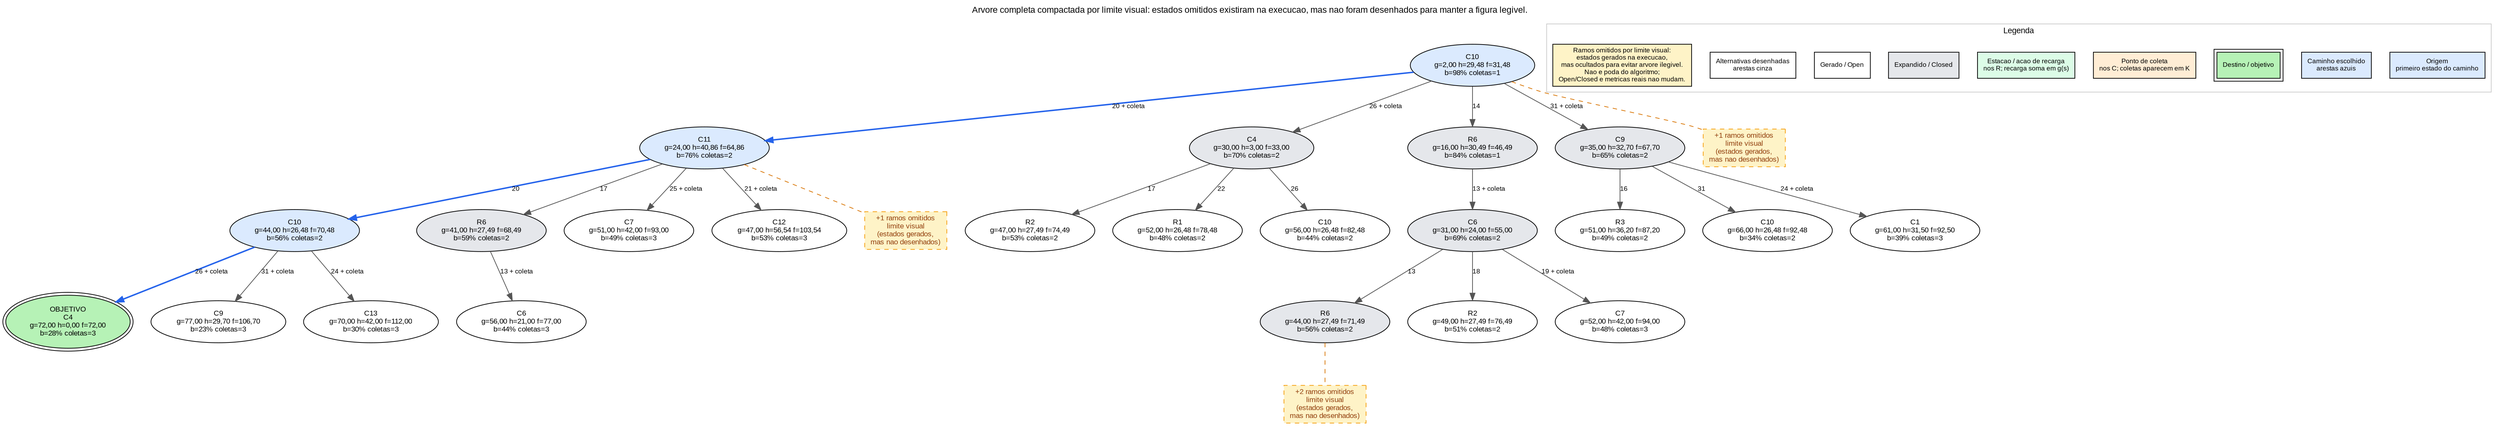
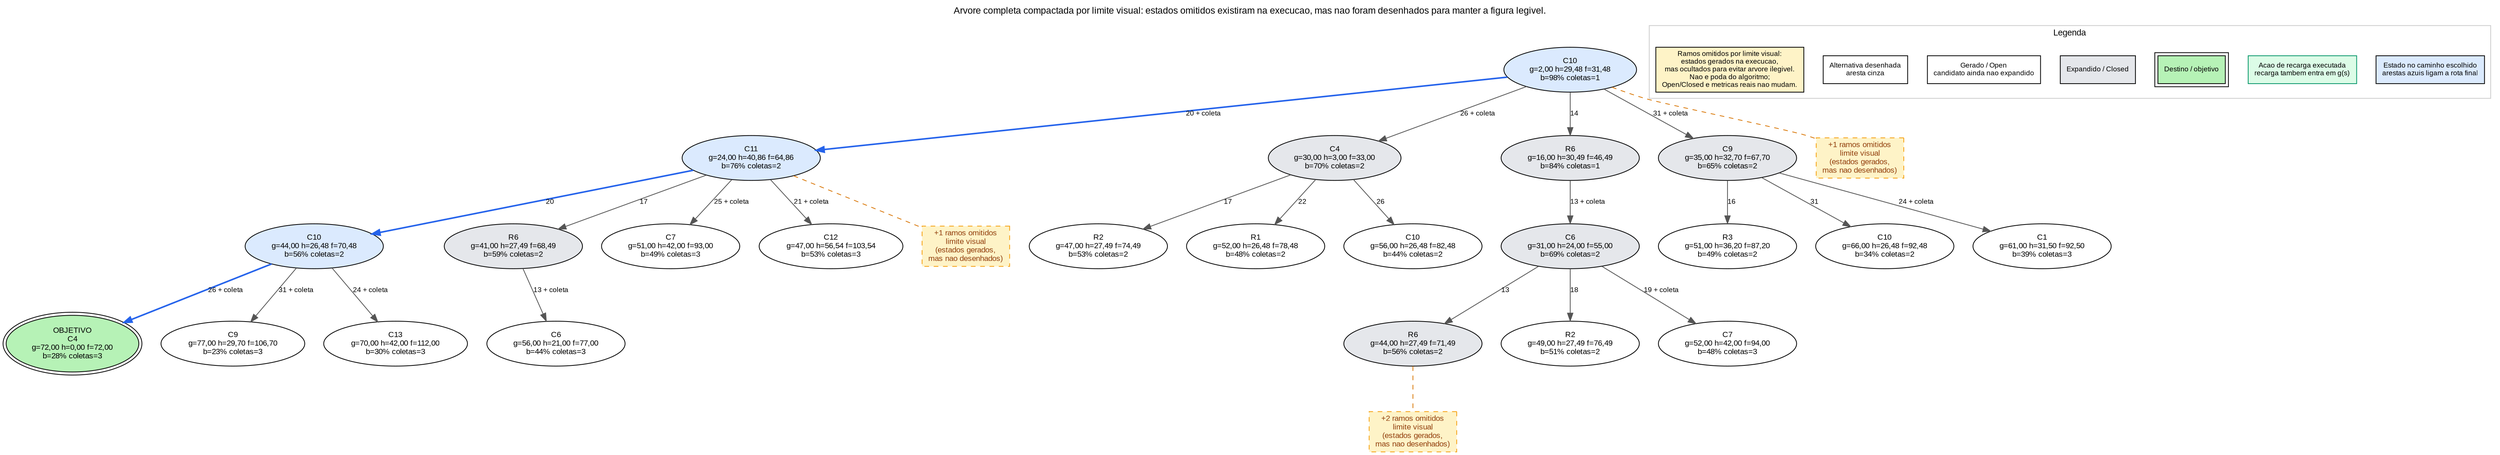
digraph ArvoreBuscaCompleta {
	nodesep=0.35 rankdir=TB ranksep=0.62 splines=true
	fontname=Arial fontsize=12 label="Arvore completa compactada por limite visual: estados omitidos existiram na execucao, mas nao foram desenhados para manter a figura legivel." labelloc=t
	node [color=black fontname=Arial fontsize=10 shape=ellipse style=filled]
	edge [color="#555555" fontname=Arial fontsize=9]
	N1 [label="C10
g=2,00 h=29,48 f=31,48
- b=98% coletas=1" fillcolor="#dbeafe"]
+ b=98% coletas=1" fillcolor="#dbeafe" style=filled]
	N2 [label="C11
g=24,00 h=40,86 f=64,86
- b=76% coletas=2" fillcolor="#dbeafe"]
+ b=76% coletas=2" fillcolor="#dbeafe" style=filled]
	N1 -> N2 [label="20 + coleta" color="#2563eb" penwidth=2]
	N3 [label="C10
g=44,00 h=26,48 f=70,48
- b=56% coletas=2" fillcolor="#dbeafe"]
+ b=56% coletas=2" fillcolor="#dbeafe" style=filled]
	N2 -> N3 [label=20 color="#2563eb" penwidth=2]
	N4 [label="OBJETIVO
C4
g=72,00 h=0,00 f=72,00
- b=28% coletas=3" fillcolor="#b6f2b6" peripheries=2]
+ b=28% coletas=3" fillcolor="#b6f2b6" peripheries=2 style=filled]
	N3 -> N4 [label="26 + coleta" color="#2563eb" penwidth=2]
	N5 [label="C9
g=77,00 h=29,70 f=106,70
- b=23% coletas=3" fillcolor=white]
+ b=23% coletas=3" fillcolor=white style=filled]
	N3 -> N5 [label="31 + coleta"]
	N6 [label="C13
g=70,00 h=42,00 f=112,00
- b=30% coletas=3" fillcolor=white]
+ b=30% coletas=3" fillcolor=white style=filled]
	N3 -> N6 [label="24 + coleta"]
	N7 [label="R6
g=41,00 h=27,49 f=68,49
- b=59% coletas=2" fillcolor="#e5e7eb"]
+ b=59% coletas=2" fillcolor="#e5e7eb" style=filled]
	N2 -> N7 [label=17]
	N8 [label="C6
g=56,00 h=21,00 f=77,00
- b=44% coletas=3" fillcolor=white]
+ b=44% coletas=3" fillcolor=white style=filled]
	N7 -> N8 [label="13 + coleta"]
	N9 [label="C7
g=51,00 h=42,00 f=93,00
- b=49% coletas=3" fillcolor=white]
+ b=49% coletas=3" fillcolor=white style=filled]
	N2 -> N9 [label="25 + coleta"]
	N10 [label="C12
g=47,00 h=56,54 f=103,54
- b=53% coletas=3" fillcolor=white]
+ b=53% coletas=3" fillcolor=white style=filled]
	N2 -> N10 [label="21 + coleta"]
	X1 [label="+1 ramos omitidos
limite visual
(estados gerados,
mas nao desenhados)" color="#f59e0b" fillcolor="#fef3c7" fontcolor="#92400e" shape=box style="filled,dashed"]
	N2 -> X1 [arrowhead=none color="#d97706" style=dashed]
	N11 [label="C4
g=30,00 h=3,00 f=33,00
- b=70% coletas=2" fillcolor="#e5e7eb"]
+ b=70% coletas=2" fillcolor="#e5e7eb" style=filled]
	N1 -> N11 [label="26 + coleta"]
	N12 [label="R2
g=47,00 h=27,49 f=74,49
- b=53% coletas=2" fillcolor=white]
+ b=53% coletas=2" fillcolor=white style=filled]
	N11 -> N12 [label=17]
	N13 [label="R1
g=52,00 h=26,48 f=78,48
- b=48% coletas=2" fillcolor=white]
+ b=48% coletas=2" fillcolor=white style=filled]
	N11 -> N13 [label=22]
	N14 [label="C10
g=56,00 h=26,48 f=82,48
- b=44% coletas=2" fillcolor=white]
+ b=44% coletas=2" fillcolor=white style=filled]
	N11 -> N14 [label=26]
	N15 [label="R6
g=16,00 h=30,49 f=46,49
- b=84% coletas=1" fillcolor="#e5e7eb"]
+ b=84% coletas=1" fillcolor="#e5e7eb" style=filled]
	N1 -> N15 [label=14]
	N16 [label="C6
g=31,00 h=24,00 f=55,00
- b=69% coletas=2" fillcolor="#e5e7eb"]
+ b=69% coletas=2" fillcolor="#e5e7eb" style=filled]
	N15 -> N16 [label="13 + coleta"]
	N17 [label="R6
g=44,00 h=27,49 f=71,49
- b=56% coletas=2" fillcolor="#e5e7eb"]
+ b=56% coletas=2" fillcolor="#e5e7eb" style=filled]
	N16 -> N17 [label=13]
	X2 [label="+2 ramos omitidos
limite visual
(estados gerados,
mas nao desenhados)" color="#f59e0b" fillcolor="#fef3c7" fontcolor="#92400e" shape=box style="filled,dashed"]
	N17 -> X2 [arrowhead=none color="#d97706" style=dashed]
	N18 [label="R2
g=49,00 h=27,49 f=76,49
- b=51% coletas=2" fillcolor=white]
+ b=51% coletas=2" fillcolor=white style=filled]
	N16 -> N18 [label=18]
	N19 [label="C7
g=52,00 h=42,00 f=94,00
- b=48% coletas=3" fillcolor=white]
+ b=48% coletas=3" fillcolor=white style=filled]
	N16 -> N19 [label="19 + coleta"]
	N20 [label="C9
g=35,00 h=32,70 f=67,70
- b=65% coletas=2" fillcolor="#e5e7eb"]
+ b=65% coletas=2" fillcolor="#e5e7eb" style=filled]
	N1 -> N20 [label="31 + coleta"]
	N21 [label="R3
g=51,00 h=36,20 f=87,20
- b=49% coletas=2" fillcolor=white]
+ b=49% coletas=2" fillcolor=white style=filled]
	N20 -> N21 [label=16]
	N22 [label="C10
g=66,00 h=26,48 f=92,48
- b=34% coletas=2" fillcolor=white]
+ b=34% coletas=2" fillcolor=white style=filled]
	N20 -> N22 [label=31]
	N23 [label="C1
g=61,00 h=31,50 f=92,50
- b=39% coletas=3" fillcolor=white]
+ b=39% coletas=3" fillcolor=white style=filled]
	N20 -> N23 [label="24 + coleta"]
	X3 [label="+1 ramos omitidos
limite visual
(estados gerados,
mas nao desenhados)" color="#f59e0b" fillcolor="#fef3c7" fontcolor="#92400e" shape=box style="filled,dashed"]
	N1 -> X3 [arrowhead=none color="#d97706" style=dashed]
	subgraph cluster_legend {
		color="#cccccc" fontname=Arial fontsize=11 label=Legenda
		node [color=black fontname=Arial fontsize=9 shape=box style=filled]
- 		legend_origin [label="Origem
- primeiro estado do caminho" fillcolor="#dbeafe"]
- 		legend_solution [label="Caminho escolhido
- arestas azuis" fillcolor="#dbeafe"]
+ 		legend_solution [label="Estado no caminho escolhido
+ arestas azuis ligam a rota final" fillcolor="#dbeafe"]
+ 		legend_recharge [label="Acao de recarga executada
+ recarga tambem entra em g(s)" color="#059669" fillcolor="#dcfce7"]
		legend_goal [label="Destino / objetivo" fillcolor="#b6f2b6" peripheries=2]
- 		legend_collection [label="Ponto de coleta
- nos C; coletas aparecem em K" fillcolor="#ffedd5"]
- 		legend_recharge [label="Estacao / acao de recarga
- nos R; recarga soma em g(s)" fillcolor="#dcfce7"]
		legend_expanded [label="Expandido / Closed" fillcolor="#e5e7eb"]
- 		legend_open [label="Gerado / Open" fillcolor=white]
- 		legend_alternative [label="Alternativas desenhadas
- arestas cinza" fillcolor=white]
+ 		legend_open [label="Gerado / Open
+ candidato ainda nao expandido" fillcolor=white]
+ 		legend_alternative [label="Alternativa desenhada
+ aresta cinza" fillcolor=white]
		legend_pruned [label="Ramos omitidos por limite visual:
estados gerados na execucao,
mas ocultados para evitar arvore ilegivel.
Nao e poda do algoritmo;
Open/Closed e metricas reais nao mudam." fillcolor="#fef3c7"]
	}
}
